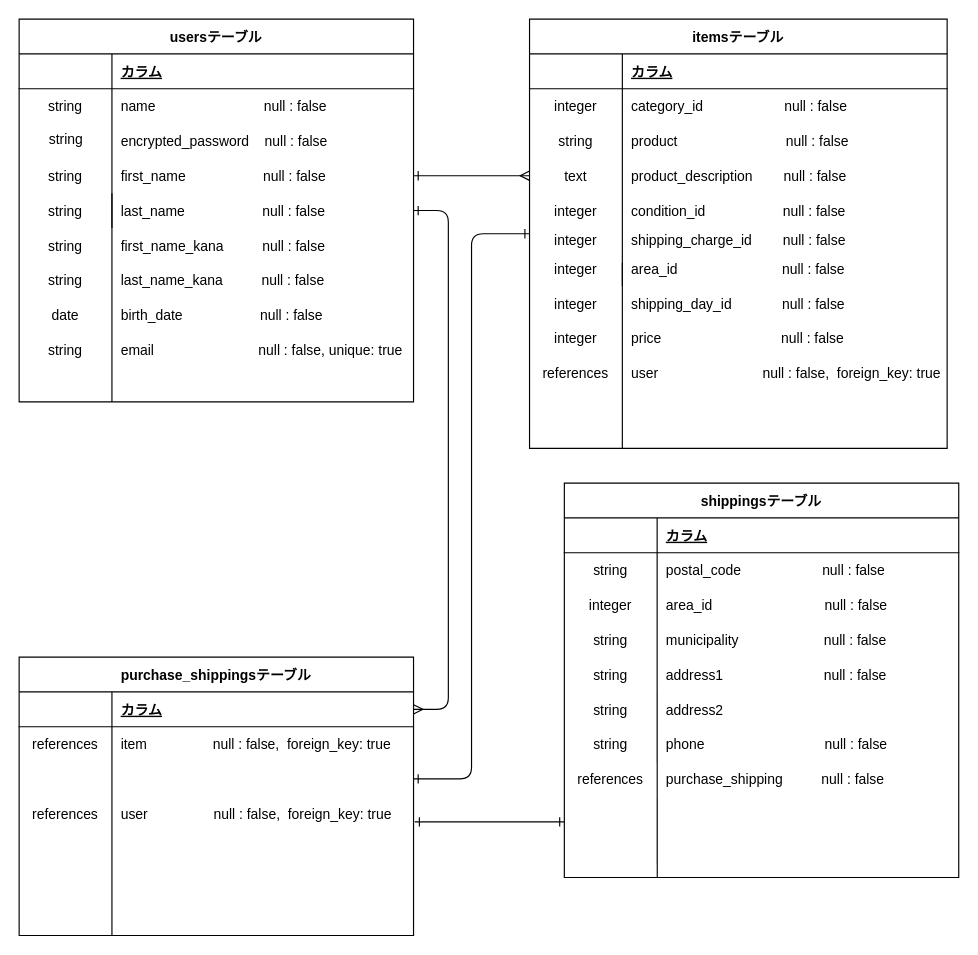
This is furima.dio from shigeruhanafusa/furima-38077, a draw.io file, before an edit. Source tidied: cells renumbered, new cells numbered last; positions are measured from the earlier drawing's top-left corner, leaving out a move shared by most shapes. Both pictures are drawn from the tidied source at 116%, with x=0, y=0 at pixel (19, 19).
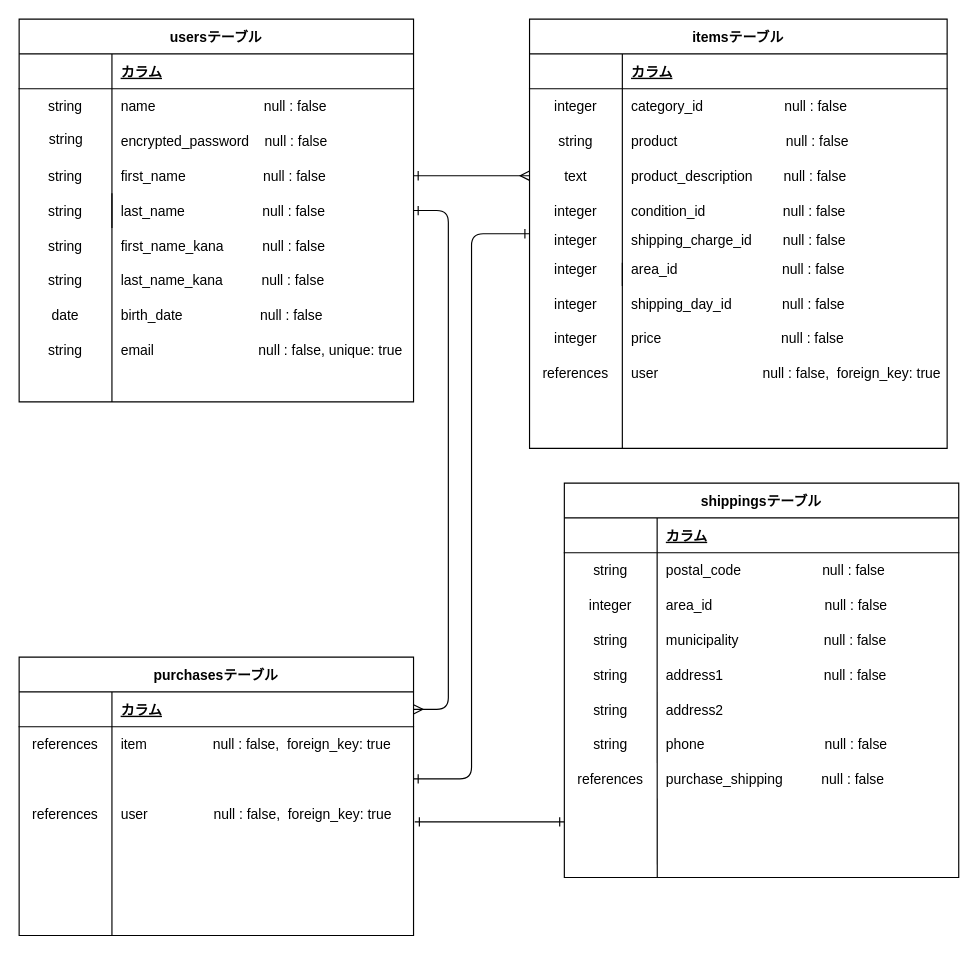
After the change.

Commit message (it also covers changes not shown here):
purcahse_shippingsからpurchasesに名称変更

Change to the diagram source:
```diff
@@
-    <mxCell id="85" value="purchase_shippingsテーブル" style="shape=table;startSize=30;childLayout=tableLayout;rowLines=0;fontStyle=1;align=center;perimeterSpacing=0;" parent="1" vertex="1">
+    <mxCell id="85" value="purchasesテーブル" style="shape=table;startSize=30;childLayout=tableLayout;rowLines=0;fontStyle=1;align=center;perimeterSpacing=0;" parent="1" vertex="1">
       <mxGeometry y="550" width="340" height="240" as="geometry" />
     </mxCell>
```
